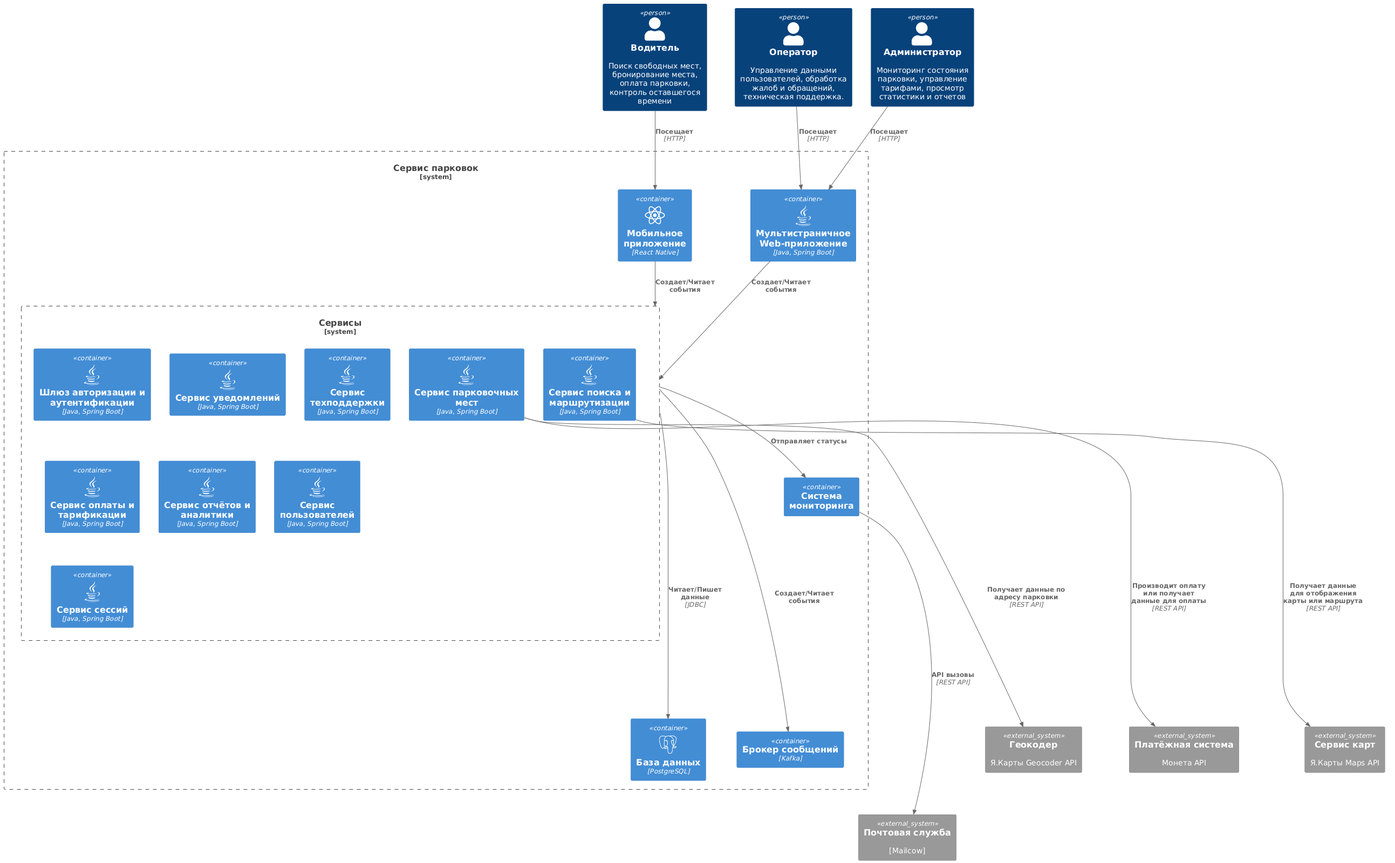
The PlantUML diagram out/2. Технический проект/2_container/Диаграмма контейнеров.png in jmv52aof/project-doc, before a commit.
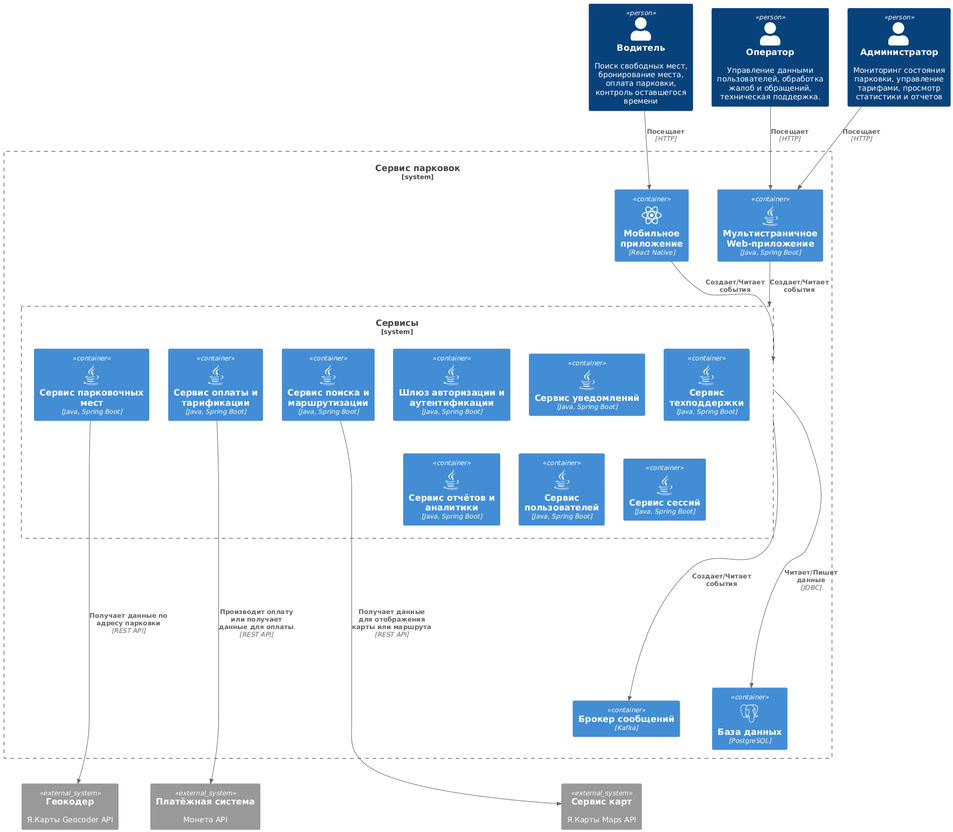
After the commit.

Diff of the diagram source:
```diff
@@ -30,21 +30,18 @@
 
     Container(kafka, "Брокер сообщений", "Kafka")
     Container(database, "База данных", "PostgreSQL", "", $sprite="postgresql")
-    Container(monitoring, "Система мониторинга")
 }
 System_Ext(maps_service, "Сервис карт", "Я.Карты Maps API", "")
 System_Ext(geocoder_service, "Геокодер", "Я.Карты Geocoder API", "")
 System_Ext(payment_system, "Платёжная система", "Монета API", "")
-System_Ext(email_service, "Почтовая служба", "[Mailcow]", "")
 
 Rel(admin, web_app, "Посещает", "HTTP")
 Rel(operator, web_app, "Посещает", "HTTP")
 Rel(driver, mobile_app, "Посещает", "HTTP")
-web_app ---[hidden]---> maps_service
+web_app ----[hidden]---> maps_service
 
 Rel(services, database, "Читает/Пишет данные", "JDBC")
 Rel(services, kafka, "Создает/Читает события")
-Rel(services, monitoring, "Отправляет статусы")
 
 services --[hidden]---> database
 services --[hidden]---> kafka
@@ -54,12 +51,8 @@
 
 
 Rel(parking_service, geocoder_service, "Получает данные по адресу парковки", "REST API")
-parking_service --[hidden]---> geocoder_service
+parking_service ---[hidden]---> geocoder_service
 Rel(search_service, maps_service, "Получает данные для отображения карты или маршрута", "REST API")
-Rel(parking_service, payment_system, "Производит оплату или получает данные для оплаты", "REST API")
-parking_service --[hidden]---> payment_system
-
-
-Rel(monitoring, email_service, "API вызовы", "REST API")
-monitoring ---[hidden]--> email_service
+Rel(payment_service, payment_system, "Производит оплату или получает данные для оплаты", "REST API")
+parking_service ---[hidden]---> payment_system
 @enduml
```
